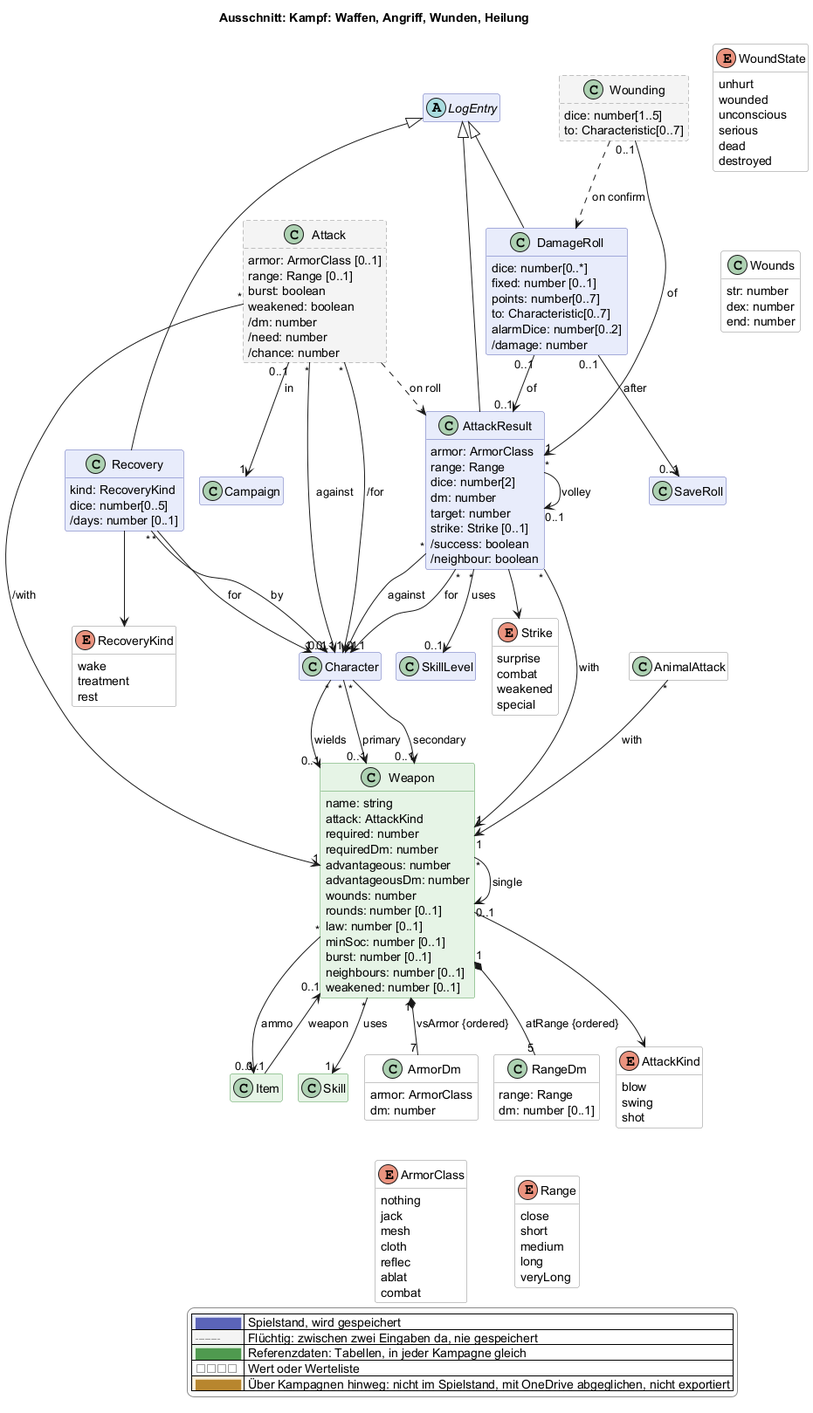
Before: docs/views/kampf.png, a diagram exported from PlantUML (scuzzar/SRE).
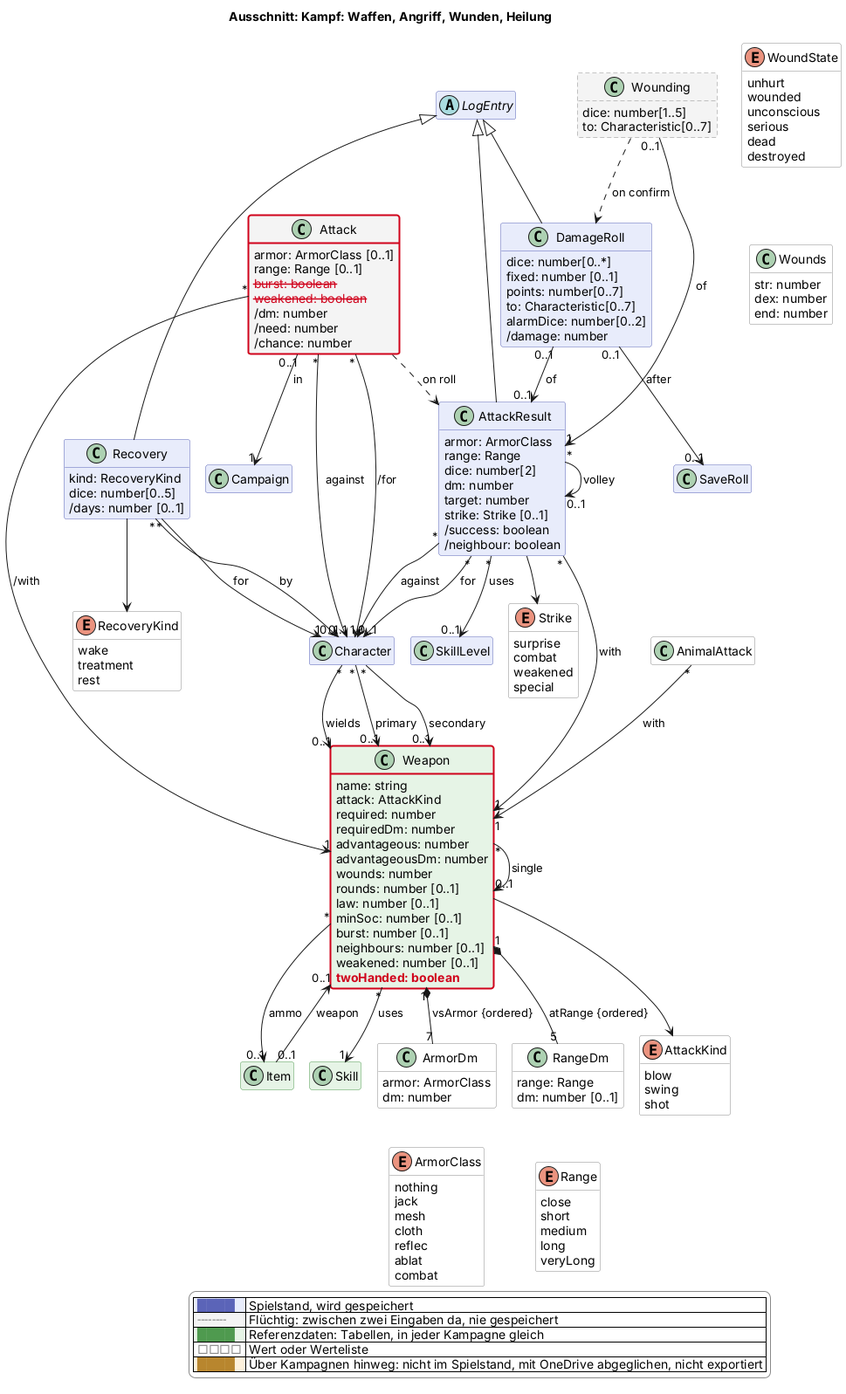
After the change.

The edit, as a diff of the source:
```diff
@@ -85,8 +85,8 @@
   class Attack <<transient>> $kampf {
     armor: ArmorClass [0..1]
     range: Range [0..1]
-    burst: boolean
-    weakened: boolean
+    $gone("2026-11-26", "burst: boolean")
+    $gone("2026-11-26", "weakened: boolean")
     /dm: number
     /need: number
     /chance: number
@@ -160,6 +160,7 @@
     burst: number [0..1]
     neighbours: number [0..1]
     weakened: number [0..1]
+    $new("2026-11-26", "twoHanded: boolean")
   }
   class ArmorDm <<value>> $kampf {
     armor: ArmorClass
@@ -248,4 +249,6 @@
   |<#ffffff> <color:#8a8a8a>□□□□</color> | Wert oder Werteliste |
   |<#fdf1dc> <color:#b8862e>████</color> | Über Kampagnen hinweg: nicht im Spielstand, mit OneDrive abgeglichen, nicht exportiert |
 endlegend
+class Attack #line:d0021b;line.bold
+class Weapon #line:d0021b;line.bold
 @enduml
```
